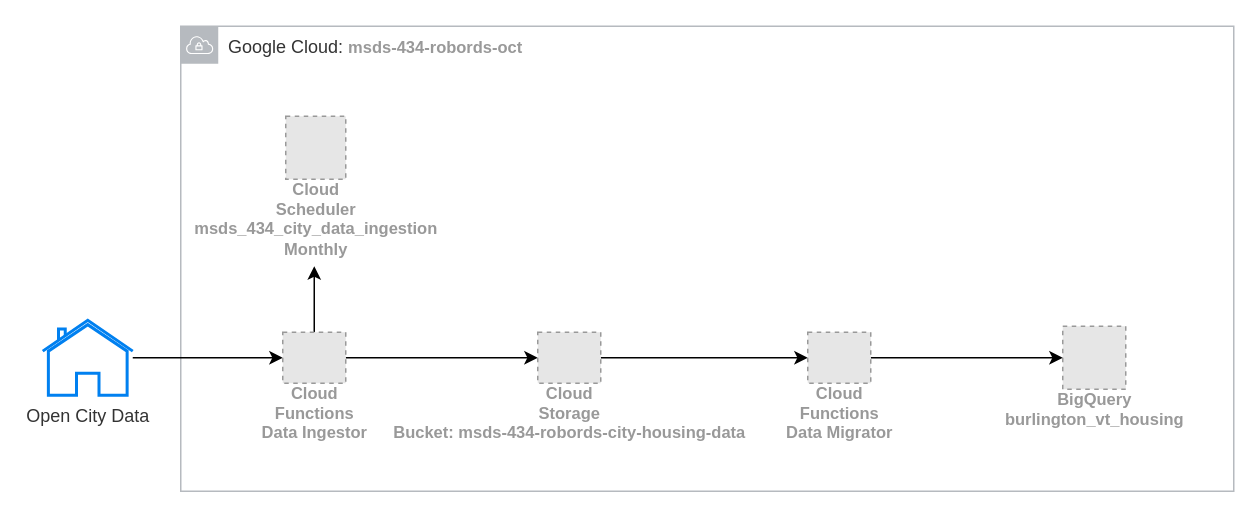
Earlier version of the draw.io diagram msds_434_ingestion.drawio (robords/data_ingestor_gcp). Source tidied: cells renumbered, new cells numbered last; positions are measured from the earlier drawing's top-left corner, leaving out a move shared by most shapes. Both pictures are drawn from the tidied source at 150%, with x=0, y=0 at pixel (42, 26). Pictures stored in the file or linked from it are replaced by grey dashed boxes.
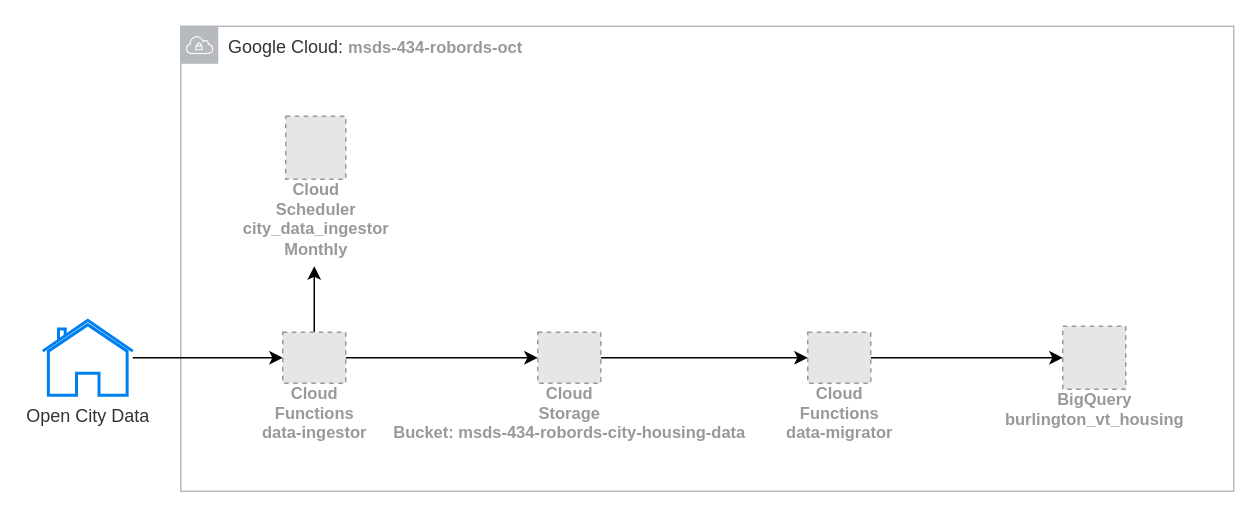
The same diagram, later.

Diff of the diagram source:
```diff
@@
 <mxGraphModel>
   <root>
     <mxCell id="0" />
     <mxCell id="1" parent="0" />
     <mxCell id="2" value="&lt;font color=&quot;#333333&quot;&gt;Google Cloud:&amp;nbsp;&lt;/font&gt;&lt;span style=&quot;color: rgb(153, 153, 153); font-size: 11px; font-weight: 700; text-align: center;&quot;&gt;msds-434-robords-oct&lt;/span&gt;" style="sketch=0;gradientColor=none;html=1;whiteSpace=wrap;fontSize=12;fontStyle=0;shape=mxgraph.aws4.group;grIcon=mxgraph.aws4.group_vpc;strokeColor=#B6BABF;fillColor=none;verticalAlign=top;align=left;spacingLeft=30;fontColor=#B6BABF;dashed=0;" parent="1" vertex="1">
       <mxGeometry x="92" width="702" height="310" as="geometry" />
     </mxCell>
     <mxCell id="3" style="edgeStyle=orthogonalEdgeStyle;rounded=0;jettySize=auto;html=1;fontColor=#333333;" parent="1" edge="1" source="4" target="7">
       <mxGeometry relative="1" as="geometry" />
     </mxCell>
     <mxCell id="4" value="Open City Data" style="html=1;verticalLabelPosition=bottom;align=center;labelBackgroundColor=#ffffff;verticalAlign=top;strokeWidth=2;strokeColor=#0080F0;shadow=0;dashed=0;shape=mxgraph.ios7.icons.home;fontColor=#333333;" parent="1" vertex="1">
       <mxGeometry y="196" width="60" height="50" as="geometry" />
     </mxCell>
     <mxCell id="5" style="edgeStyle=orthogonalEdgeStyle;rounded=0;jettySize=auto;html=1;fontColor=#333333;" parent="1" edge="1" source="7" target="9">
       <mxGeometry relative="1" as="geometry" />
     </mxCell>
     <mxCell id="6" style="edgeStyle=orthogonalEdgeStyle;rounded=0;jettySize=auto;html=1;fontFamily=Helvetica;fontSize=11;fontColor=#999999;" parent="1" edge="1" source="7">
       <mxGeometry relative="1" as="geometry">
         <mxPoint x="181" y="160" as="targetPoint" />
       </mxGeometry>
     </mxCell>
-    <mxCell id="7" value="Cloud&lt;br&gt;Functions&lt;br&gt;Data Ingestor" style="fillColor=#E6E6E6;strokeColor=#999999;dashed=1;html=1;verticalAlign=top;labelPosition=center;verticalLabelPosition=bottom;align=center;spacingTop=-6;fontSize=11;fontStyle=1;fontColor=#999999;" parent="1" vertex="1">
+    <mxCell id="7" value="Cloud&lt;br&gt;Functions&lt;br&gt;data-ingestor" style="fillColor=#E6E6E6;strokeColor=#999999;dashed=1;html=1;verticalAlign=top;labelPosition=center;verticalLabelPosition=bottom;align=center;spacingTop=-6;fontSize=11;fontStyle=1;fontColor=#999999;" parent="1" vertex="1">
       <mxGeometry x="160" y="204" width="42" height="34" as="geometry" />
     </mxCell>
     <mxCell id="8" style="edgeStyle=orthogonalEdgeStyle;rounded=0;jettySize=auto;html=1;entryX=0;entryY=0.5;entryDx=0;entryDy=0;fontColor=#333333;" parent="1" edge="1" source="9" target="12">
       <mxGeometry relative="1" as="geometry" />
     </mxCell>
     <mxCell id="9" value="Cloud&lt;br&gt;Storage&lt;br&gt;Bucket:&amp;nbsp;&lt;span style=&quot;text-align: start; background-color: initial;&quot;&gt;msds-434-robords-city-housing-data&lt;/span&gt;" style="fillColor=#E6E6E6;strokeColor=#999999;dashed=1;html=1;verticalAlign=top;labelPosition=center;verticalLabelPosition=bottom;align=center;spacingTop=-6;fontSize=11;fontStyle=1;fontColor=#999999;" parent="1" vertex="1">
       <mxGeometry x="330" y="204" width="42" height="34" as="geometry" />
     </mxCell>
     <mxCell id="10" value="BigQuery&lt;br&gt;burlington_vt_housing" style="fillColor=#E6E6E6;strokeColor=#999999;dashed=1;html=1;verticalAlign=top;labelPosition=center;verticalLabelPosition=bottom;align=center;spacingTop=-6;fontSize=11;fontStyle=1;fontColor=#999999;" parent="1" vertex="1">
       <mxGeometry x="680" y="200" width="42" height="42" as="geometry" />
     </mxCell>
     <mxCell id="11" style="edgeStyle=orthogonalEdgeStyle;rounded=0;jettySize=auto;html=1;entryX=0;entryY=0.5;entryDx=0;entryDy=0;fontColor=#333333;" parent="1" edge="1" source="12" target="10">
       <mxGeometry relative="1" as="geometry" />
     </mxCell>
-    <mxCell id="12" value="Cloud&lt;br&gt;Functions&lt;br&gt;Data Migrator" style="fillColor=#E6E6E6;strokeColor=#999999;dashed=1;html=1;verticalAlign=top;labelPosition=center;verticalLabelPosition=bottom;align=center;spacingTop=-6;fontSize=11;fontStyle=1;fontColor=#999999;" parent="1" vertex="1">
+    <mxCell id="12" value="Cloud&lt;br&gt;Functions&lt;br&gt;data-migrator" style="fillColor=#E6E6E6;strokeColor=#999999;dashed=1;html=1;verticalAlign=top;labelPosition=center;verticalLabelPosition=bottom;align=center;spacingTop=-6;fontSize=11;fontStyle=1;fontColor=#999999;" parent="1" vertex="1">
       <mxGeometry x="510" y="204" width="42" height="34" as="geometry" />
     </mxCell>
-    <mxCell id="13" value="Cloud&lt;br&gt;Scheduler&lt;br&gt;msds_434_city_data_ingestion&lt;br&gt;Monthly" style="fillColor=#E6E6E6;strokeColor=#999999;dashed=1;html=1;verticalAlign=top;labelPosition=center;verticalLabelPosition=bottom;align=center;spacingTop=-6;fontSize=11;fontStyle=1;fontColor=#999999;labelBackgroundColor=none;fontFamily=Helvetica;" parent="1" vertex="1">
+    <mxCell id="13" value="Cloud&lt;br&gt;Scheduler&lt;br&gt;city_data_ingestor&lt;br&gt;Monthly" style="fillColor=#E6E6E6;strokeColor=#999999;dashed=1;html=1;verticalAlign=top;labelPosition=center;verticalLabelPosition=bottom;align=center;spacingTop=-6;fontSize=11;fontStyle=1;fontColor=#999999;labelBackgroundColor=none;fontFamily=Helvetica;" parent="1" vertex="1">
       <mxGeometry x="162" y="60" width="40" height="42" as="geometry" />
     </mxCell>
   </root>
 </mxGraphModel>
```
